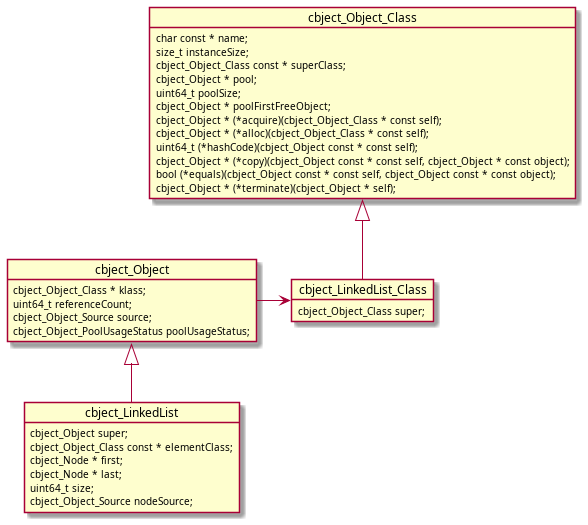
Earlier version of the PlantUML export docs/media/diag-linkedList.png (alexmarincu/Cbject).
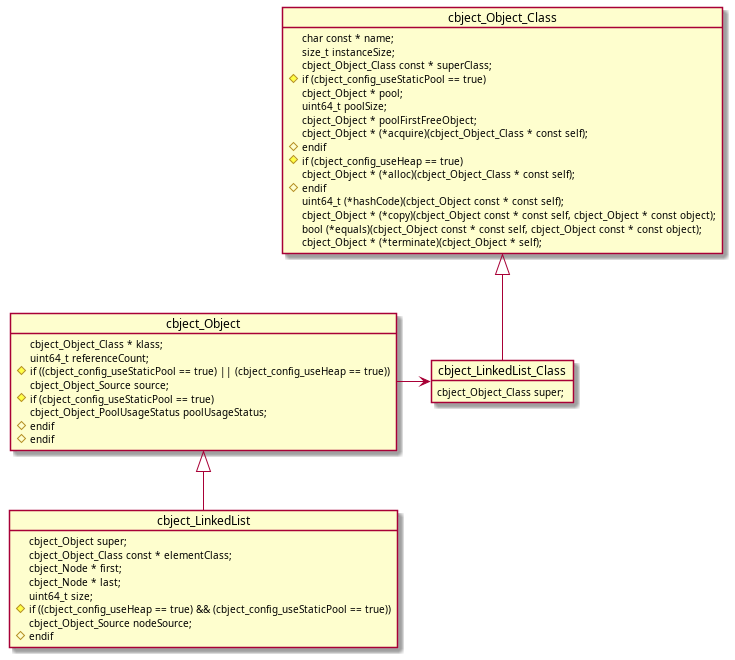
Above is the later version.

Change to the diagram source:
```diff
@@ -5,7 +5,9 @@
     cbject_Node * first;
     cbject_Node * last;
     uint64_t size;
+#if ((cbject_config_useHeap == true) && (cbject_config_useStaticPool == true))
     cbject_Object_Source nodeSource;
+#endif
 }
 object cbject_LinkedList_Class {
     cbject_Object_Class super;
@@ -13,18 +15,26 @@
 object cbject_Object {
     cbject_Object_Class * klass;
     uint64_t referenceCount;
+#if ((cbject_config_useStaticPool == true) || (cbject_config_useHeap == true))
     cbject_Object_Source source;
+#if (cbject_config_useStaticPool == true)
     cbject_Object_PoolUsageStatus poolUsageStatus;
+#endif
+#endif
 }
 object cbject_Object_Class {
     char const * name;
     size_t instanceSize;
     cbject_Object_Class const * superClass;
+#if (cbject_config_useStaticPool == true)
     cbject_Object * pool;
     uint64_t poolSize;
     cbject_Object * poolFirstFreeObject;
     cbject_Object * (*acquire)(cbject_Object_Class * const self);
+#endif
+#if (cbject_config_useHeap == true)
     cbject_Object * (*alloc)(cbject_Object_Class * const self);
+#endif
     uint64_t (*hashCode)(cbject_Object const * const self);
     cbject_Object * (*copy)(cbject_Object const * const self, cbject_Object * const object);
     bool (*equals)(cbject_Object const * const self, cbject_Object const * const object);
```
